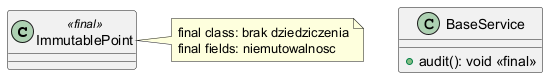
The PlantUML diagram 02_OOP/src/_03-dziedziczenie/09-final/diagrams/final_usage.png in tborzyszkowski/oop-concepts-java, before a commit.
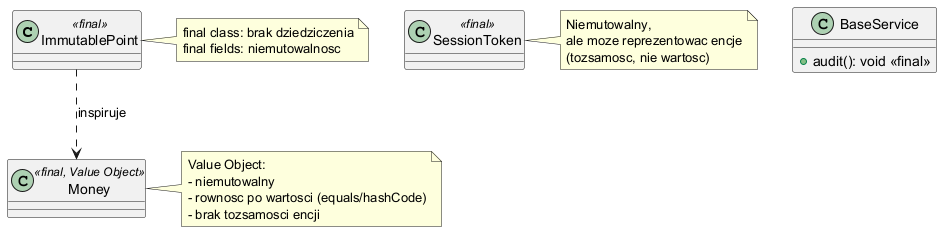
Later version of the same file.

Commit message:
Add Money and SessionToken classes: implement Value Object pattern and update README with distinctions between Immutable and Value Objects

What changed in the source:
```diff
@@ -1,10 +1,27 @@
 @startuml
 class ImmutablePoint <<final>>
+class Money <<final, Value Object>>
 class BaseService {
   +audit(): void <<final>>
 }
+class SessionToken <<final>>
+
+ImmutablePoint ..> Money : inspiruje
 note right of ImmutablePoint
 final class: brak dziedziczenia
 final fields: niemutowalnosc
 end note
+
+note right of Money
+Value Object:
+- niemutowalny
+- rownosc po wartosci (equals/hashCode)
+- brak tozsamosci encji
+end note
+
+note right of SessionToken
+Niemutowalny,
+ale moze reprezentowac encje
+(tozsamosc, nie wartosc)
+end note
 @enduml
```
